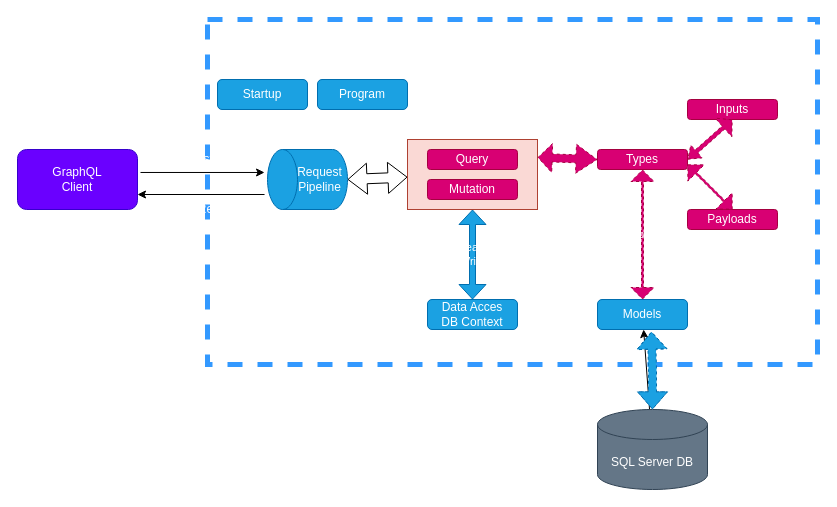
Above: .vscode/Diagrams/ApplicationArchitecture.drawio in LaureanG/GraphQL (draw.io), before the change. Source tidied: cells renumbered, new cells numbered last; positions are measured from the earlier drawing's top-left corner, leaving out a move shared by most shapes. Both pictures are drawn from the tidied source at 100%, with x=0, y=0 at pixel (17, 19).
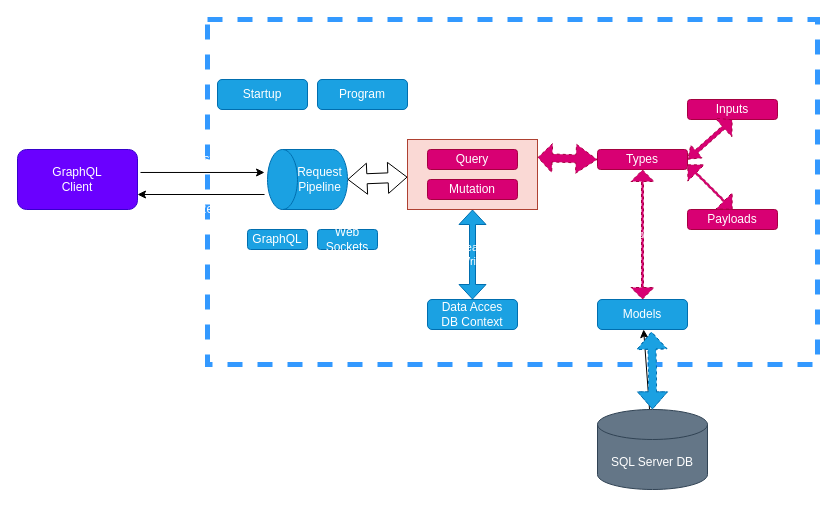
The same diagram, later.

The edit, as a diff of the source:
```diff
@@
+    <mxCell id="28" value="GraphQL" style="rounded=1;whiteSpace=wrap;html=1;fillColor=#1ba1e2;fontColor=#ffffff;strokeColor=#006EAF;" parent="1" vertex="1">
+      <mxGeometry x="230" y="210" width="60" height="20" as="geometry" />
+    </mxCell>
+    <mxCell id="29" value="Web Sockets" style="rounded=1;whiteSpace=wrap;html=1;fillColor=#1ba1e2;fontColor=#ffffff;strokeColor=#006EAF;" parent="1" vertex="1">
+      <mxGeometry x="300" y="210" width="60" height="20" as="geometry" />
+    </mxCell>
```
